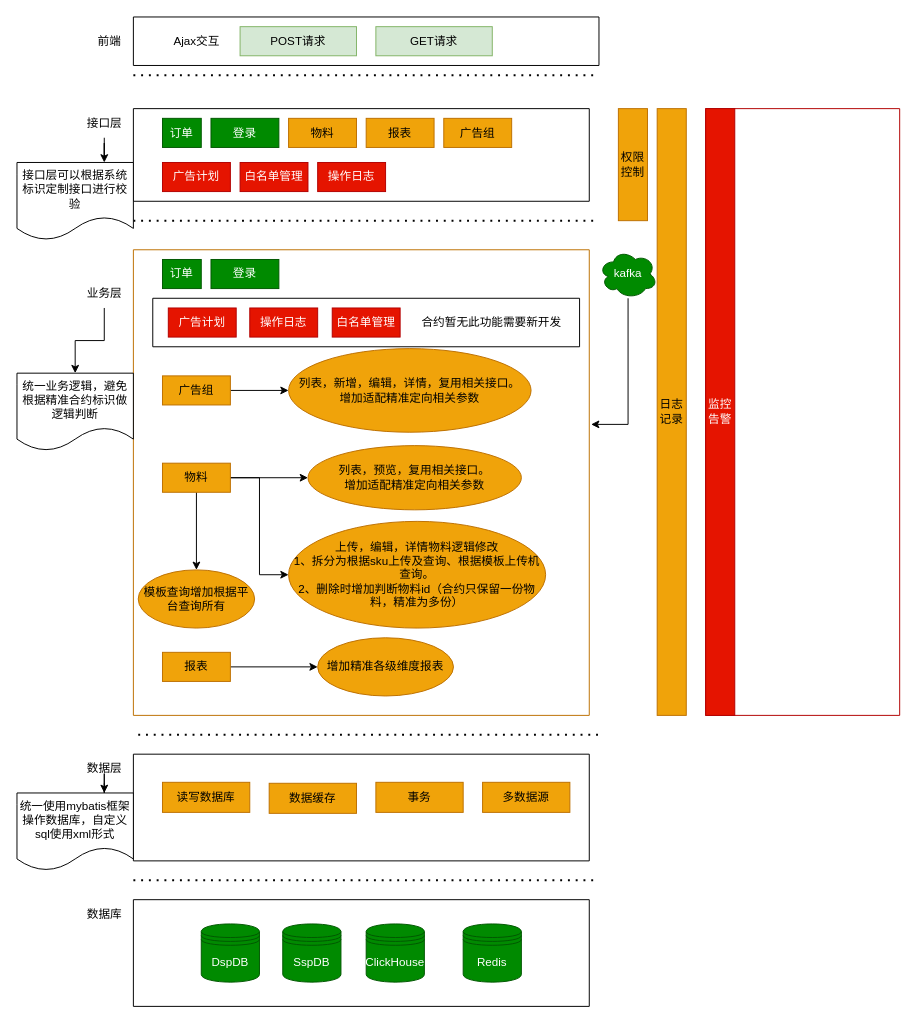
Above: 合并应用架构.drawio in huankong/processon (draw.io), before the change. Source tidied: cells renumbered, new cells numbered last; positions are measured from the earlier drawing's top-left corner, leaving out a move shared by most shapes. Both pictures are drawn from the tidied source at 97%, with x=0, y=0 at pixel (16, 16).
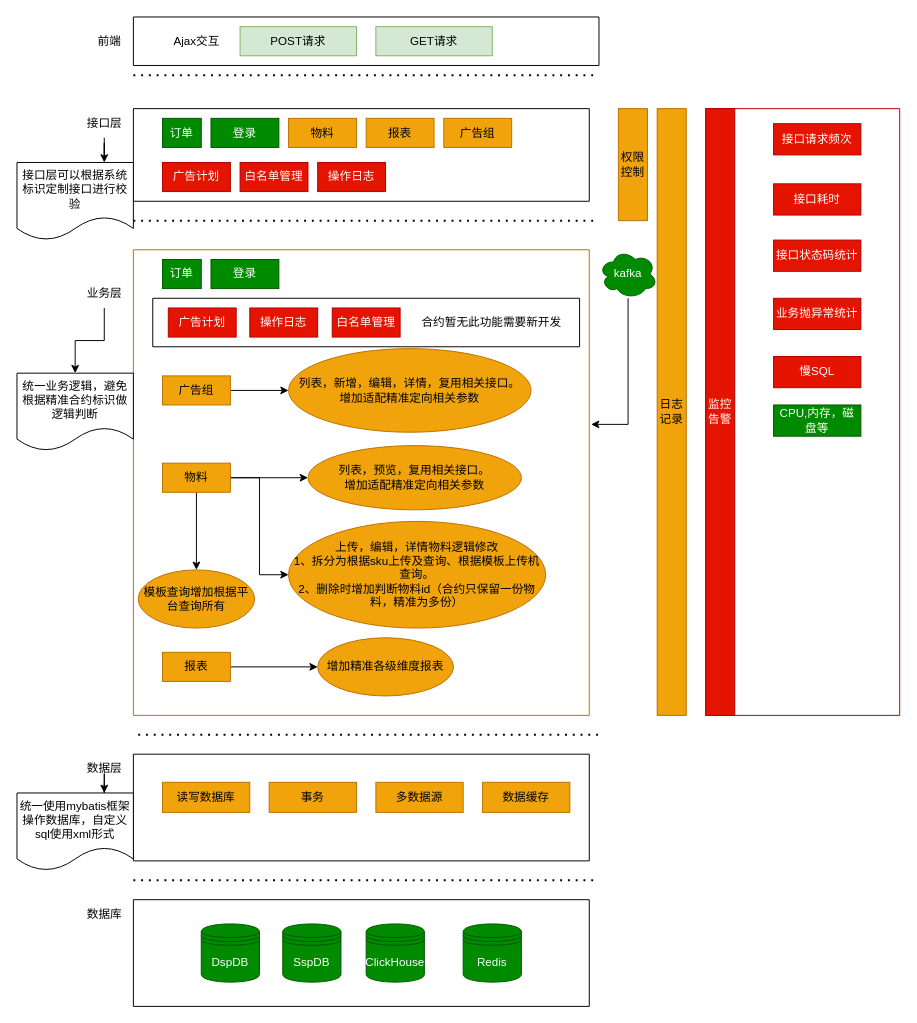
The same diagram, later.

Commit message:
更新合并应用架构.drawio

The change refers to these unchanged cells:
```xml
<mxCell id="22" style="swimlane;startSize=0;fillColor=#e51400;fontColor=#ffffff;strokeColor=#B20000;" parent="1" vertex="1">
  <mxGeometry x="710" y="94.5" width="200" height="625.5" as="geometry" />
</mxCell>
<mxCell id="52" style="swimlane;startSize=0;" parent="1" vertex="1">
  <mxGeometry x="120" y="760" width="470" height="110" as="geometry" />
</mxCell>
```

Change to the diagram source:
```diff
@@
+    <mxCell id="67" value="接口请求频次" style="whiteSpace=wrap;html=1;fillColor=#e51400;fontColor=#ffffff;strokeColor=#B20000;" parent="22" vertex="1">
+      <mxGeometry x="70" y="15.5" width="90" height="32.2" as="geometry" />
+    </mxCell>
+    <mxCell id="68" value="接口耗时" style="whiteSpace=wrap;html=1;fillColor=#e51400;fontColor=#ffffff;strokeColor=#B20000;" parent="22" vertex="1">
+      <mxGeometry x="70" y="77.5" width="90" height="32.2" as="geometry" />
+    </mxCell>
+    <mxCell id="69" value="接口状态码统计" style="whiteSpace=wrap;html=1;fillColor=#e51400;fontColor=#ffffff;strokeColor=#B20000;" parent="22" vertex="1">
+      <mxGeometry x="70" y="135.5" width="90" height="32.2" as="geometry" />
+    </mxCell>
+    <mxCell id="70" value="业务抛异常统计" style="whiteSpace=wrap;html=1;fillColor=#e51400;fontColor=#ffffff;strokeColor=#B20000;" parent="22" vertex="1">
+      <mxGeometry x="70" y="195.5" width="90" height="32.2" as="geometry" />
+    </mxCell>
+    <mxCell id="71" value="CPU,内存，磁盘等" style="whiteSpace=wrap;html=1;fillColor=#008a00;fontColor=#ffffff;strokeColor=#005700;" parent="22" vertex="1">
+      <mxGeometry x="70" y="305.5" width="90" height="32.2" as="geometry" />
+    </mxCell>
+    <mxCell id="72" value="慢SQL" style="whiteSpace=wrap;html=1;fillColor=#e51400;fontColor=#ffffff;strokeColor=#B20000;" parent="22" vertex="1">
+      <mxGeometry x="70" y="255.5" width="90" height="32.2" as="geometry" />
+    </mxCell>
@@
     <mxCell id="54" value="数据缓存" style="whiteSpace=wrap;html=1;fillColor=#f0a30a;fontColor=#000000;strokeColor=#BD7000;" parent="52" vertex="1">
-      <mxGeometry x="140" y="30" width="90" height="31" as="geometry" />
+      <mxGeometry x="360" y="29" width="90" height="31" as="geometry" />
     </mxCell>
     <mxCell id="55" value="事务" style="whiteSpace=wrap;html=1;fillColor=#f0a30a;fontColor=#000000;strokeColor=#BD7000;" parent="52" vertex="1">
-      <mxGeometry x="250" y="29" width="90" height="31" as="geometry" />
+      <mxGeometry x="140" y="29" width="90" height="31" as="geometry" />
     </mxCell>
     <mxCell id="56" value="多数据源" style="whiteSpace=wrap;html=1;fillColor=#f0a30a;fontColor=#000000;strokeColor=#BD7000;" parent="52" vertex="1">
-      <mxGeometry x="360" y="29" width="90" height="31" as="geometry" />
+      <mxGeometry x="250" y="29" width="90" height="31" as="geometry" />
     </mxCell>
```
